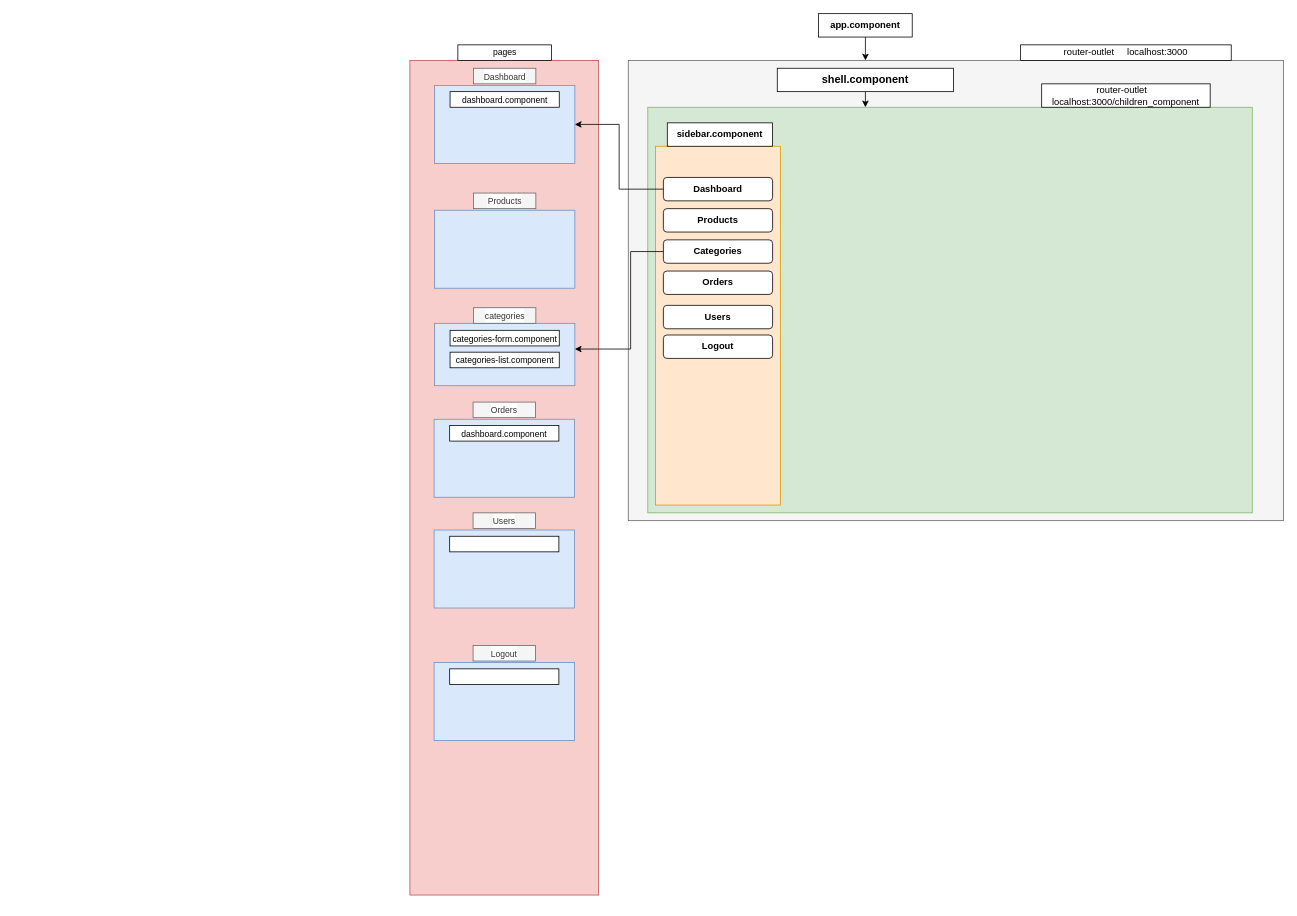
Above: page "Page-3" (3 of 3) of yellowsign/yellow_sign.drawio in Binayak3666/My_Application_Drawing_Architect (draw.io), before the change. Source tidied: cells renumbered, new cells numbered last; positions are measured from the earlier drawing's top-left corner, leaving out a move shared by most shapes. Both pictures are drawn from the tidied source at 78%, with x=0, y=0 at pixel (410, 13).
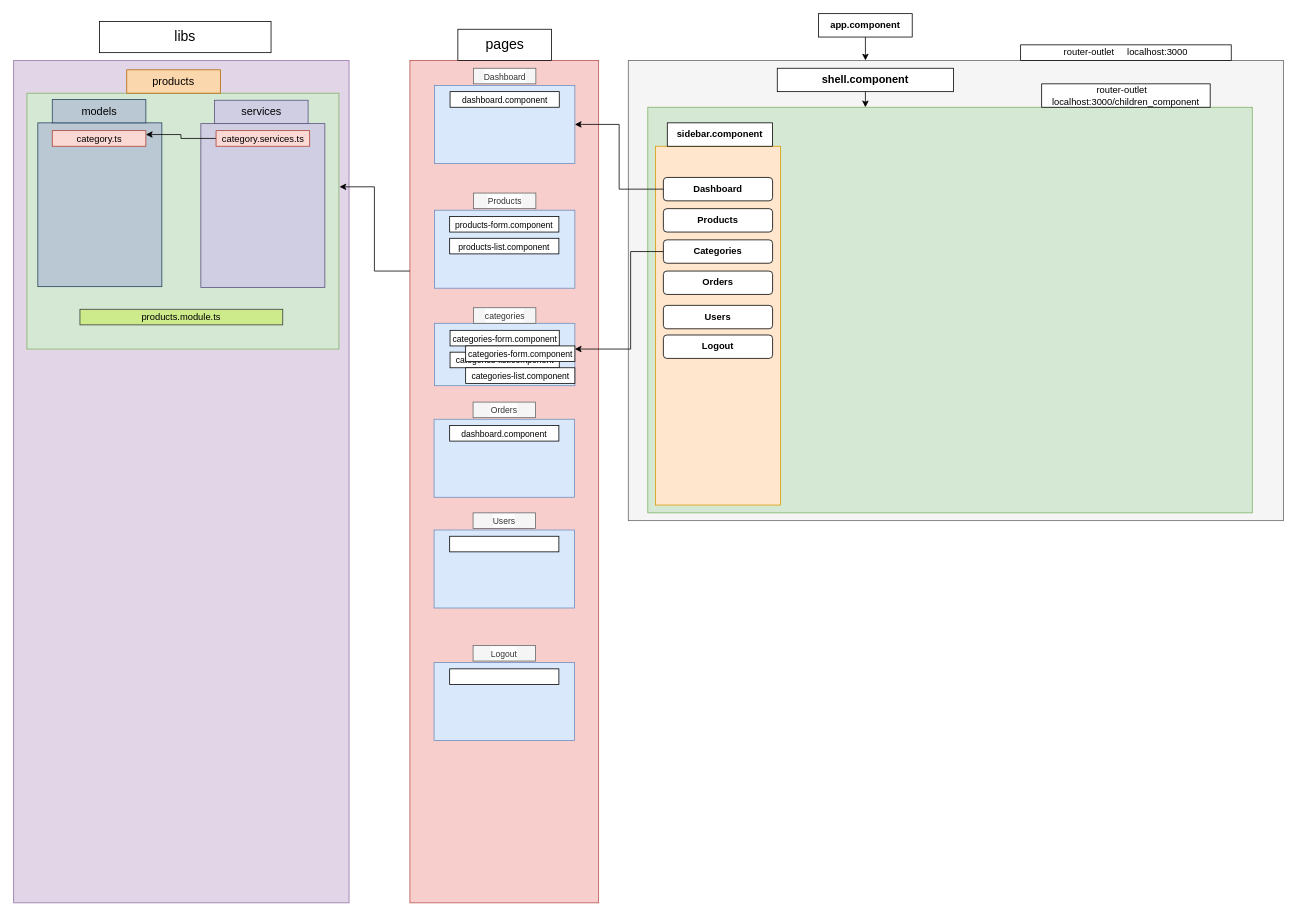
The same page after the edit.

The edit, as a diff of the source:
```diff
@@
     <mxCell id="18" style="rounded=0;whiteSpace=wrap;html=1;fillColor=#f8cecc;strokeColor=#b85450;" parent="1" vertex="1">
-      <mxGeometry y="60" width="242" height="1070" as="geometry" />
+      <mxGeometry y="60" width="242" height="1080" as="geometry" />
     </mxCell>
@@
-    <mxCell id="22" value="pages" style="rounded=0;whiteSpace=wrap;html=1;fontSize=11;" parent="1" vertex="1">
-      <mxGeometry x="61.5" y="40" width="120" height="20" as="geometry" />
+    <mxCell id="22" value="&lt;font style=&quot;font-size: 18px;&quot;&gt;pages&lt;/font&gt;" style="rounded=0;whiteSpace=wrap;html=1;fontSize=11;" parent="1" vertex="1">
+      <mxGeometry x="61.5" y="20" width="120" height="40" as="geometry" />
     </mxCell>
@@
+    <mxCell id="40" value="&lt;font style=&quot;font-size: 11px;&quot;&gt;products-form.component&lt;/font&gt;" style="rounded=0;whiteSpace=wrap;html=1;labelBackgroundColor=#FFFFFF;fontSize=14;strokeColor=default;" parent="1" vertex="1">
+      <mxGeometry x="51" y="260" width="140" height="20" as="geometry" />
+    </mxCell>
+    <mxCell id="41" value="&lt;font style=&quot;font-size: 11px;&quot;&gt;products-list.component&lt;/font&gt;" style="rounded=0;whiteSpace=wrap;html=1;labelBackgroundColor=#FFFFFF;fontSize=14;strokeColor=default;" parent="1" vertex="1">
+      <mxGeometry x="51" y="288" width="140" height="20" as="geometry" />
+    </mxCell>
+    <mxCell id="42" style="rounded=0;whiteSpace=wrap;html=1;labelBackgroundColor=#6BE1FF;fontSize=11;fillColor=#e1d5e7;strokeColor=#9673a6;" parent="1" vertex="1">
+      <mxGeometry x="-508" y="60" width="430" height="1080" as="geometry" />
+    </mxCell>
+    <mxCell id="43" style="rounded=0;whiteSpace=wrap;html=1;labelBackgroundColor=#FFFFFF;fontSize=18;fillColor=#d5e8d4;strokeColor=#82b366;" parent="1" vertex="1">
+      <mxGeometry x="-491" y="102" width="400" height="328" as="geometry" />
+    </mxCell>
+    <mxCell id="44" value="libs" style="rounded=0;whiteSpace=wrap;html=1;labelBackgroundColor=#FFFFFF;fontSize=18;fontColor=none;" parent="1" vertex="1">
+      <mxGeometry x="-398" y="10" width="220" height="40" as="geometry" />
+    </mxCell>
+    <mxCell id="45" style="rounded=0;whiteSpace=wrap;html=1;labelBackgroundColor=none;fontSize=14;fillColor=#bac8d3;strokeColor=#23445d;" parent="1" vertex="1">
+      <mxGeometry x="-477" y="140" width="159" height="210" as="geometry" />
+    </mxCell>
+    <mxCell id="46" value="models" style="rounded=0;whiteSpace=wrap;html=1;labelBackgroundColor=none;fontSize=14;fillColor=#bac8d3;strokeColor=#23445d;" parent="1" vertex="1">
+      <mxGeometry x="-458.5" y="110" width="120" height="30" as="geometry" />
+    </mxCell>
+    <mxCell id="47" value="&lt;font style=&quot;font-size: 11px;&quot;&gt;categories-form.component&lt;/font&gt;" style="rounded=0;whiteSpace=wrap;html=1;labelBackgroundColor=#FFFFFF;fontSize=14;strokeColor=default;" parent="1" vertex="1">
+      <mxGeometry x="71.5" y="426" width="140" height="20" as="geometry" />
+    </mxCell>
+    <mxCell id="48" value="&lt;font style=&quot;font-size: 11px;&quot;&gt;categories-list.component&lt;/font&gt;" style="rounded=0;whiteSpace=wrap;html=1;labelBackgroundColor=#FFFFFF;fontSize=14;strokeColor=default;" parent="1" vertex="1">
+      <mxGeometry x="71.5" y="454" width="140" height="20" as="geometry" />
+    </mxCell>
+    <mxCell id="49" style="rounded=0;whiteSpace=wrap;html=1;labelBackgroundColor=none;fontSize=14;fillColor=#d0cee2;strokeColor=#56517e;" parent="1" vertex="1">
+      <mxGeometry x="-268" y="141" width="159" height="210" as="geometry" />
+    </mxCell>
+    <mxCell id="50" value="services" style="rounded=0;whiteSpace=wrap;html=1;labelBackgroundColor=none;fontSize=14;fillColor=#d0cee2;strokeColor=#56517e;" parent="1" vertex="1">
+      <mxGeometry x="-250.5" y="111" width="120" height="30" as="geometry" />
+    </mxCell>
+    <mxCell id="51" value="products" style="rounded=0;whiteSpace=wrap;html=1;labelBackgroundColor=none;fontSize=14;fillColor=#fad7ac;strokeColor=#b46504;" parent="1" vertex="1">
+      <mxGeometry x="-363" y="72" width="120" height="30" as="geometry" />
+    </mxCell>
+    <mxCell id="52" value="&lt;font style=&quot;font-size: 12px;&quot;&gt;category.ts&lt;/font&gt;" style="rounded=0;whiteSpace=wrap;html=1;labelBackgroundColor=none;fontSize=14;fillColor=#fad9d5;strokeColor=#ae4132;" parent="1" vertex="1">
+      <mxGeometry x="-458.5" y="150" width="120" height="20" as="geometry" />
+    </mxCell>
+    <mxCell id="53" style="edgeStyle=orthogonalEdgeStyle;rounded=0;jettySize=auto;html=1;entryX=1;entryY=0.25;entryDx=0;entryDy=0;fontSize=12;fontColor=none;" parent="1" edge="1" source="54" target="52">
+      <mxGeometry relative="1" as="geometry" />
+    </mxCell>
+    <mxCell id="54" value="&lt;font style=&quot;font-size: 12px;&quot;&gt;category.services.ts&lt;/font&gt;" style="rounded=0;whiteSpace=wrap;html=1;labelBackgroundColor=none;fontSize=14;fillColor=#fad9d5;strokeColor=#ae4132;" parent="1" vertex="1">
+      <mxGeometry x="-248.5" y="150" width="120" height="20" as="geometry" />
+    </mxCell>
+    <mxCell id="55" value="products.module.ts" style="rounded=0;whiteSpace=wrap;html=1;labelBackgroundColor=none;fontSize=12;fillColor=#cdeb8b;strokeColor=#36393d;" parent="1" vertex="1">
+      <mxGeometry x="-423" y="379" width="260" height="20" as="geometry" />
+    </mxCell>
+    <mxCell id="56" style="edgeStyle=orthogonalEdgeStyle;rounded=0;jettySize=auto;html=1;exitX=0;exitY=0.25;exitDx=0;exitDy=0;entryX=1.002;entryY=0.366;entryDx=0;entryDy=0;entryPerimeter=0;fontSize=12;fontColor=none;" parent="1" edge="1" source="18" target="43">
+      <mxGeometry relative="1" as="geometry" />
+    </mxCell>
```
